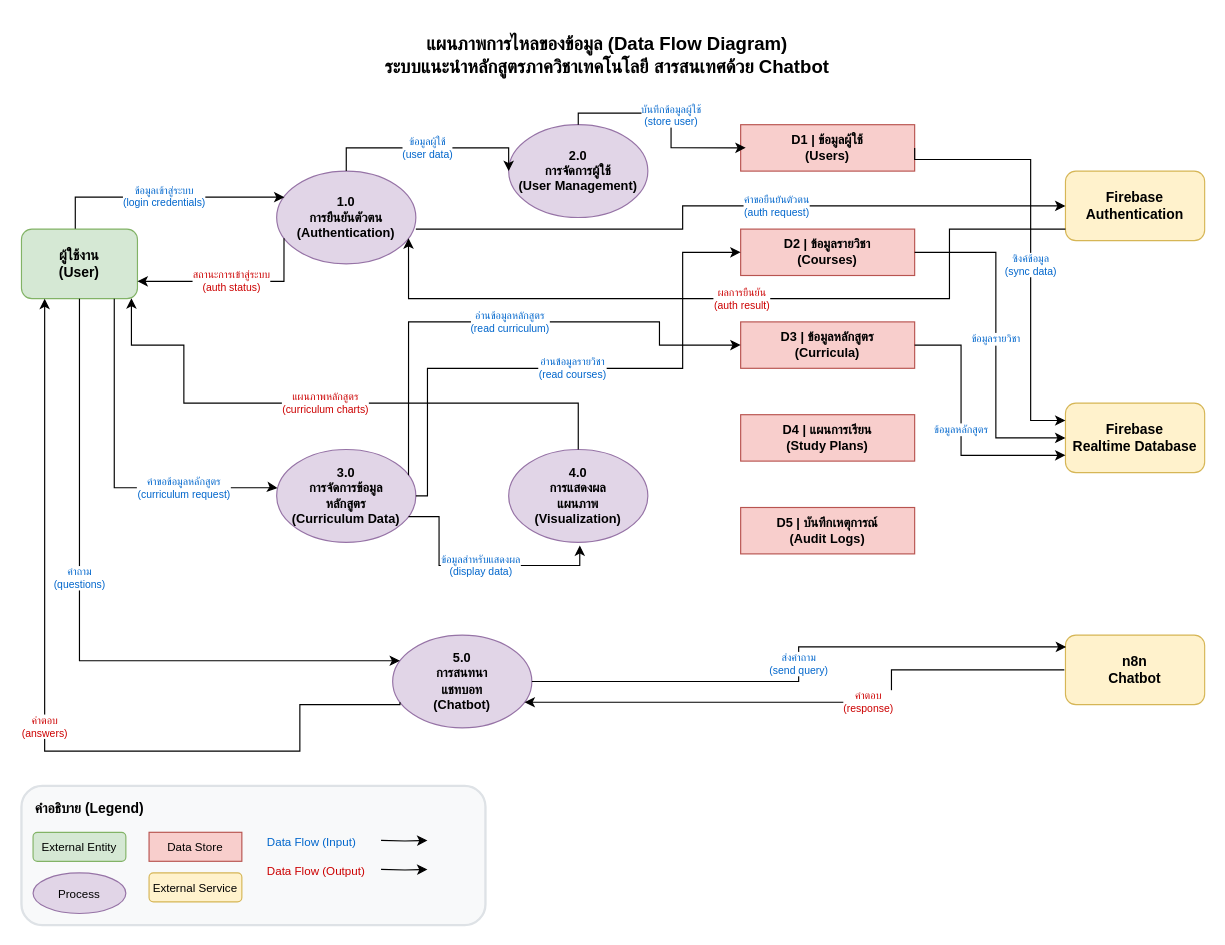
Above: diagrams/data-flow-diagram.drawio in kainapatkmutnb/it-course-chatbot-main (draw.io), before the change. Source tidied: cells renumbered, new cells numbered last; positions are measured from the earlier drawing's top-left corner, leaving out a move shared by most shapes. Both pictures are drawn from the tidied source at 116%, with x=0, y=0 at pixel (21, 20).
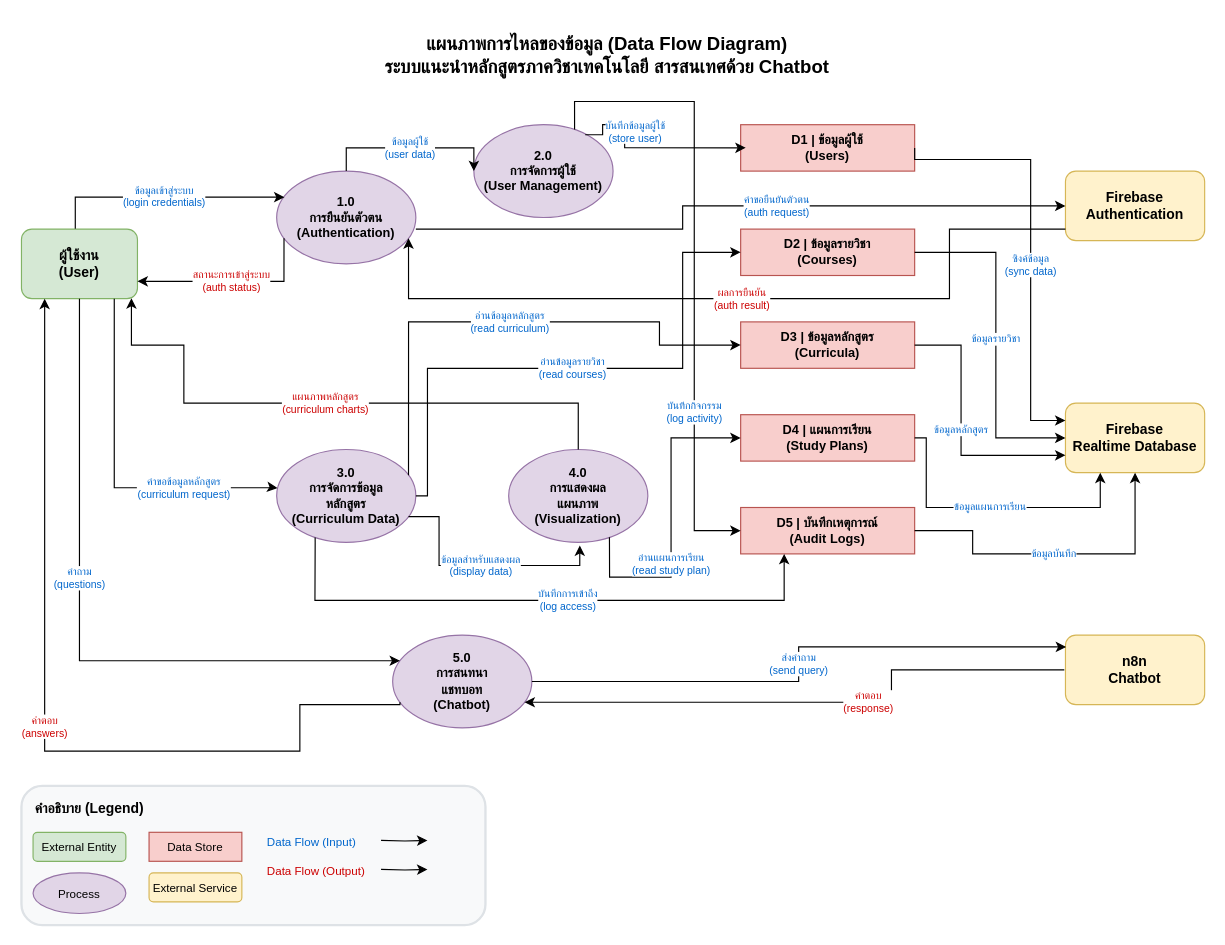
Above is the later version.

Commit message:
docs(data-flow-diagram): update diagram layout and add audit flows

Adjust element positions and dimensions for better readability
Add new data flows for study plan access and audit logging

Unchanged cells that the change refers to:
```xml
<mxCell id="5" value="Firebase&#10;Realtime Database" style="rounded=1;whiteSpace=wrap;html=1;fillColor=#fff2cc;strokeColor=#d6b656;fontSize=12;fontStyle=1;" parent="1" vertex="1">
  <mxGeometry x="900" y="330" width="120" height="60" as="geometry" />
</mxCell>
<mxCell id="9" value="3.0&#10;การจัดการข้อมูล&#10;หลักสูตร&#10;(Curriculum Data)" style="ellipse;whiteSpace=wrap;html=1;fillColor=#e1d5e7;strokeColor=#9673a6;fontSize=11;fontStyle=1;" parent="1" vertex="1">
  <mxGeometry x="220" y="370" width="120" height="80" as="geometry" />
</mxCell>
<mxCell id="10" value="4.0&#10;การแสดงผล&#10;แผนภาพ&#10;(Visualization)" style="ellipse;whiteSpace=wrap;html=1;fillColor=#e1d5e7;strokeColor=#9673a6;fontSize=11;fontStyle=1;" parent="1" vertex="1">
  <mxGeometry x="420" y="370" width="120" height="80" as="geometry" />
</mxCell>
<mxCell id="12" value="D1 | ข้อมูลผู้ใช้&#10;(Users)" style="rounded=0;whiteSpace=wrap;html=1;fillColor=#f8cecc;strokeColor=#b85450;fontSize=11;fontStyle=1;" parent="1" vertex="1">
  <mxGeometry x="620" y="90" width="150" height="40" as="geometry" />
</mxCell>
<mxCell id="15" value="D4 | แผนการเรียน&#10;(Study Plans)" style="rounded=0;whiteSpace=wrap;html=1;fillColor=#f8cecc;strokeColor=#b85450;fontSize=11;fontStyle=1;" parent="1" vertex="1">
  <mxGeometry x="620" y="340" width="150" height="40" as="geometry" />
</mxCell>
<mxCell id="16" value="D5 | บันทึกเหตุการณ์&#10;(Audit Logs)" style="rounded=0;whiteSpace=wrap;html=1;fillColor=#f8cecc;strokeColor=#b85450;fontSize=11;fontStyle=1;" parent="1" vertex="1">
  <mxGeometry x="620" y="420" width="150" height="40" as="geometry" />
</mxCell>
```

Diff of the diagram source:
```diff
@@
     <mxCell id="8" value="2.0&#10;การจัดการผู้ใช้&#10;(User Management)" style="ellipse;whiteSpace=wrap;html=1;fillColor=#e1d5e7;strokeColor=#9673a6;fontSize=11;fontStyle=1;" parent="1" vertex="1">
-      <mxGeometry x="420" y="90" width="120" height="80" as="geometry" />
+      <mxGeometry x="390" y="90" width="120" height="80" as="geometry" />
     </mxCell>
@@
-    <mxCell id="22" value="บันทึกข้อมูลผู้ใช้&#10;(store user)" style="edgeStyle=orthogonalEdgeStyle;rounded=0;jettySize=auto;html=1;exitX=0.5;exitY=0;exitDx=0;exitDy=0;entryX=0.029;entryY=0.498;entryDx=0;entryDy=0;fontSize=9;fontColor=#0066CC;entryPerimeter=0;" parent="1" edge="1" source="8" target="12">
-      <mxGeometry relative="1" as="geometry">
+    <mxCell id="22" value="บันทึกข้อมูลผู้ใช้&#10;(store user)" style="edgeStyle=orthogonalEdgeStyle;rounded=0;jettySize=auto;html=1;exitX=0.8;exitY=0.108;exitDx=0;exitDy=0;entryX=0.029;entryY=0.498;entryDx=0;entryDy=0;fontSize=9;fontColor=#0066CC;entryPerimeter=0;exitPerimeter=0;" parent="1" edge="1" source="8" target="12">
+      <mxGeometry x="-0.57" y="-36" relative="1" as="geometry">
         <Array as="points">
-          <mxPoint x="480" y="80" />
-          <mxPoint x="560" y="80" />
-          <mxPoint x="560" y="110" />
+          <mxPoint x="501" y="99" />
+          <mxPoint x="501" y="90" />
+          <mxPoint x="520" y="90" />
+          <mxPoint x="520" y="110" />
         </Array>
+        <mxPoint x="16" y="-30" as="offset" />
       </mxGeometry>
     </mxCell>
@@
+    <mxCell id="45" value="อ่านแผนการเรียน&#10;(read study plan)" style="edgeStyle=orthogonalEdgeStyle;rounded=0;jettySize=auto;html=1;exitX=0.724;exitY=0.946;exitDx=0;exitDy=0;entryX=0;entryY=0.5;entryDx=0;entryDy=0;fontSize=9;fontColor=#0066CC;exitPerimeter=0;" parent="1" edge="1" source="10" target="15">
+      <mxGeometry x="-0.27" relative="1" as="geometry">
+        <Array as="points">
+          <mxPoint x="507" y="450" />
+          <mxPoint x="507" y="450" />
+          <mxPoint x="507" y="480" />
+          <mxPoint x="560" y="480" />
+          <mxPoint x="560" y="360" />
+        </Array>
+      </mxGeometry>
+    </mxCell>
+    <mxCell id="46" value="ข้อมูลแผนการเรียน" style="edgeStyle=orthogonalEdgeStyle;rounded=0;jettySize=auto;html=1;exitX=1;exitY=0.5;exitDx=0;exitDy=0;entryX=0.25;entryY=1;entryDx=0;entryDy=0;fontSize=9;fontColor=#0066CC;" parent="1" edge="1" source="15" target="5">
+      <mxGeometry relative="1" as="geometry">
+        <Array as="points">
+          <mxPoint x="780" y="360" />
+          <mxPoint x="780" y="420" />
+          <mxPoint x="930" y="420" />
+        </Array>
+      </mxGeometry>
+    </mxCell>
+    <mxCell id="47" value="บันทึกกิจกรรม&#10;(log activity)" style="edgeStyle=orthogonalEdgeStyle;rounded=0;jettySize=auto;html=1;exitX=0.75;exitY=0;exitDx=0;exitDy=0;entryX=0;entryY=0.5;entryDx=0;entryDy=0;fontSize=9;fontColor=#0066CC;" parent="1" edge="1" source="8" target="16">
+      <mxGeometry x="0.47" relative="1" as="geometry">
+        <Array as="points">
+          <mxPoint x="477" y="70" />
+          <mxPoint x="580" y="70" />
+          <mxPoint x="580" y="440" />
+        </Array>
+      </mxGeometry>
+    </mxCell>
+    <mxCell id="48" value="บันทึกการเข้าถึง&#10;(log access)" style="edgeStyle=orthogonalEdgeStyle;rounded=0;jettySize=auto;html=1;exitX=0.25;exitY=1;exitDx=0;exitDy=0;entryX=0.25;entryY=1;entryDx=0;entryDy=0;fontSize=9;fontColor=#0066CC;" parent="1" edge="1" source="9" target="16">
+      <mxGeometry x="0.09" relative="1" as="geometry">
+        <Array as="points">
+          <mxPoint x="253" y="450" />
+          <mxPoint x="253" y="450" />
+          <mxPoint x="253" y="500" />
+          <mxPoint x="658" y="500" />
+        </Array>
+      </mxGeometry>
+    </mxCell>
+    <mxCell id="49" value="ข้อมูลบันทึก" style="edgeStyle=orthogonalEdgeStyle;rounded=0;jettySize=auto;html=1;exitX=1;exitY=0.5;exitDx=0;exitDy=0;entryX=0.5;entryY=1;entryDx=0;entryDy=0;fontSize=9;fontColor=#0066CC;" parent="1" edge="1" source="16" target="5">
+      <mxGeometry relative="1" as="geometry">
+        <Array as="points">
+          <mxPoint x="820" y="440" />
+          <mxPoint x="820" y="460" />
+          <mxPoint x="960" y="460" />
+        </Array>
+      </mxGeometry>
+    </mxCell>
```
